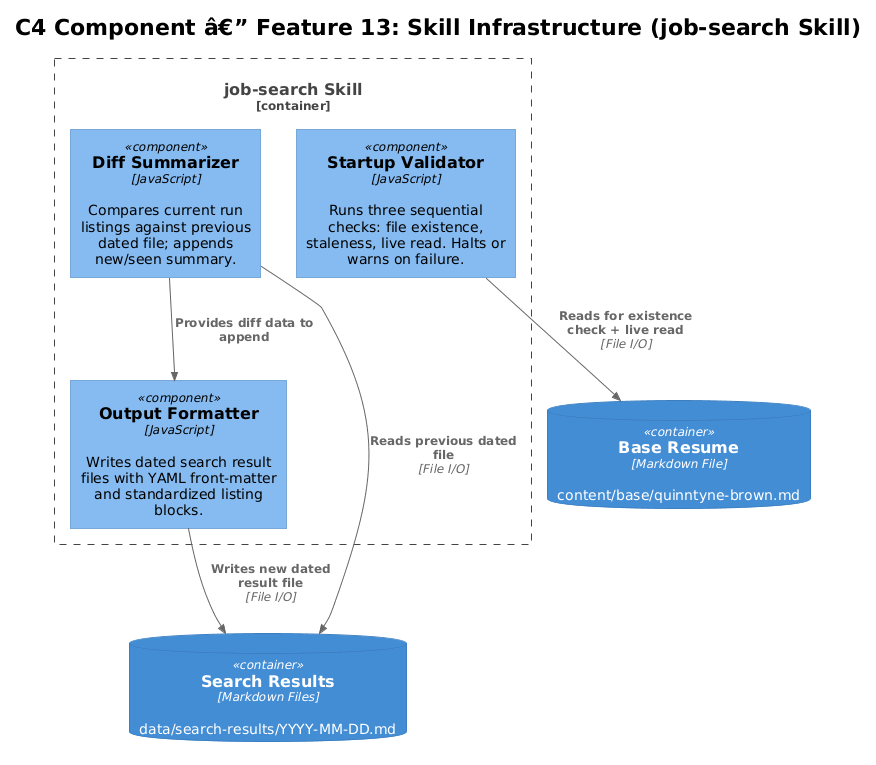
Above: docs/detailed-designs/13-skill-infrastructure/diagrams/c4_component.png in QuinntyneBrown/Orbit (PlantUML), before the change. Source of this version:
```plantuml
@startuml
!theme plain
!include <C4/C4_Component>

title C4 Component â€” Feature 13: Skill Infrastructure (job-search Skill)

Container_Boundary(jobSkill, "job-search Skill") {
    Component(startupValidator, "Startup Validator", "JavaScript", "Runs three sequential checks: file existence, staleness, live read. Halts or warns on failure.")
    Component(outputFormatter, "Output Formatter", "JavaScript", "Writes dated search result files with YAML front-matter and standardized listing blocks.")
    Component(diffSummarizer, "Diff Summarizer", "JavaScript", "Compares current run listings against previous dated file; appends new/seen summary.")
}

ContainerDb(baseResume, "Base Resume", "Markdown File", "content/base/quinntyne-brown.md")
ContainerDb(searchResults, "Search Results", "Markdown Files", "data/search-results/YYYY-MM-DD.md")

Rel(startupValidator, baseResume, "Reads for existence check + live read", "File I/O")
Rel(outputFormatter, searchResults, "Writes new dated result file", "File I/O")
Rel(diffSummarizer, searchResults, "Reads previous dated file", "File I/O")
Rel(diffSummarizer, outputFormatter, "Provides diff data to append")
@enduml
```
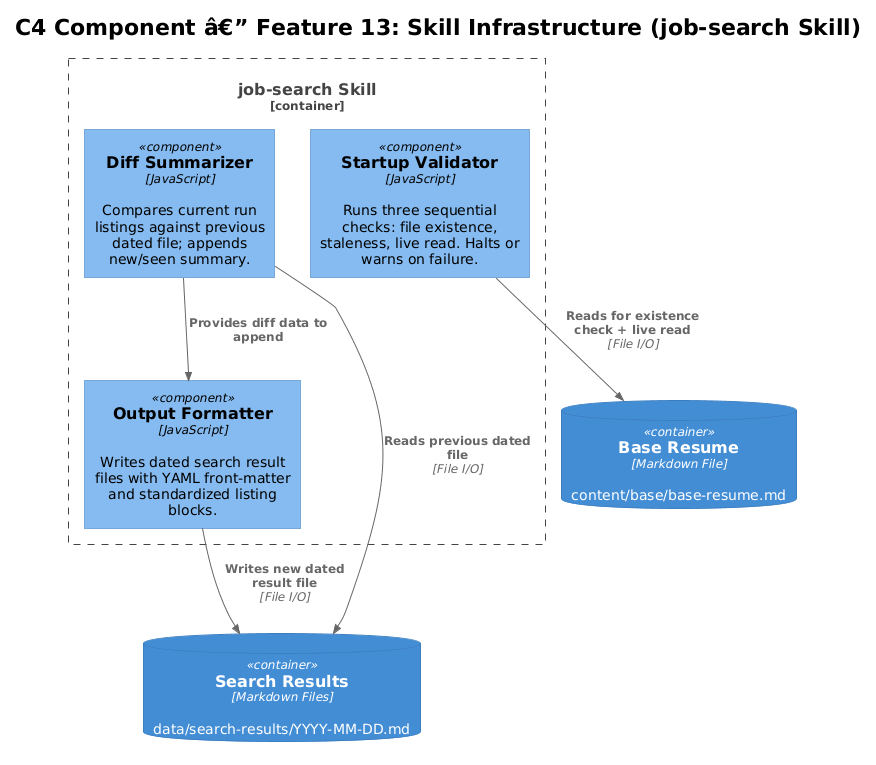
The same file after the commit.

Diff of the diagram source:
```diff
@@ -10,7 +10,7 @@
     Component(diffSummarizer, "Diff Summarizer", "JavaScript", "Compares current run listings against previous dated file; appends new/seen summary.")
 }
 
-ContainerDb(baseResume, "Base Resume", "Markdown File", "content/base/quinntyne-brown.md")
+ContainerDb(baseResume, "Base Resume", "Markdown File", "content/base/base-resume.md")
 ContainerDb(searchResults, "Search Results", "Markdown Files", "data/search-results/YYYY-MM-DD.md")
 
 Rel(startupValidator, baseResume, "Reads for existence check + live read", "File I/O")
```
